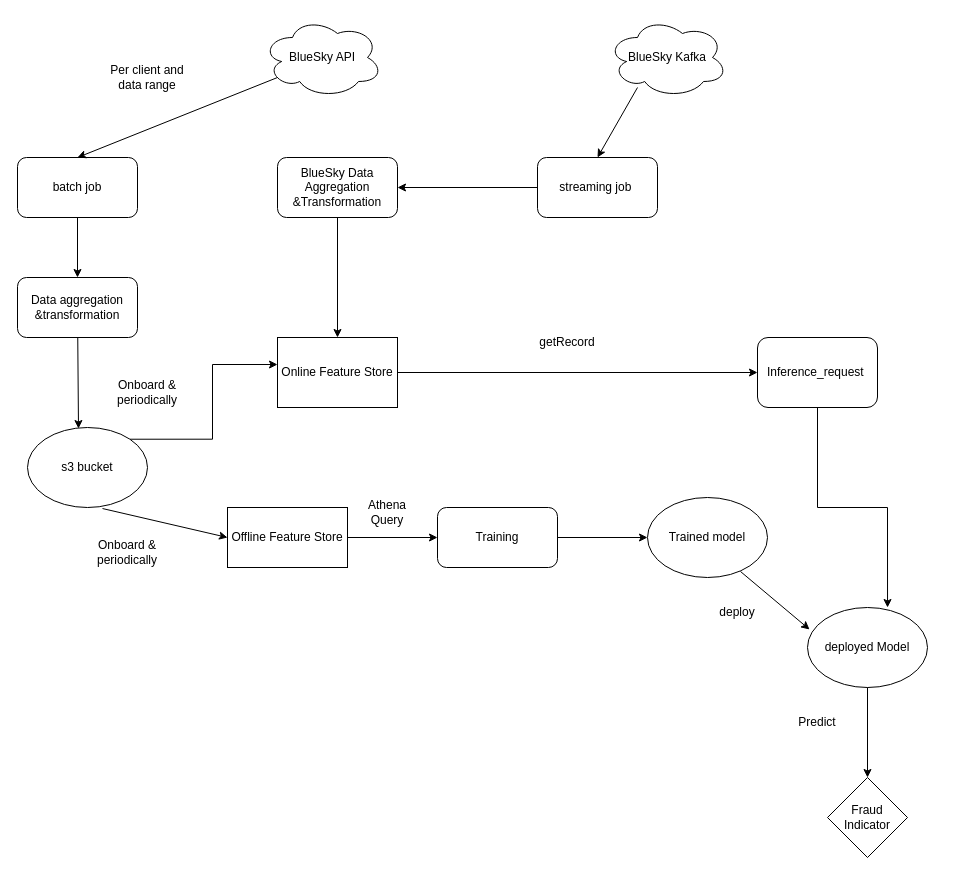
Before: featurestore/featurestore.drawio in yimingli92/clouddigrams, a draw.io diagram. Source tidied: cells renumbered, new cells numbered last; positions are measured from the earlier drawing's top-left corner, leaving out a move shared by most shapes. Both pictures are drawn from the tidied source at 100%, with x=0, y=0 at pixel (17, 17).
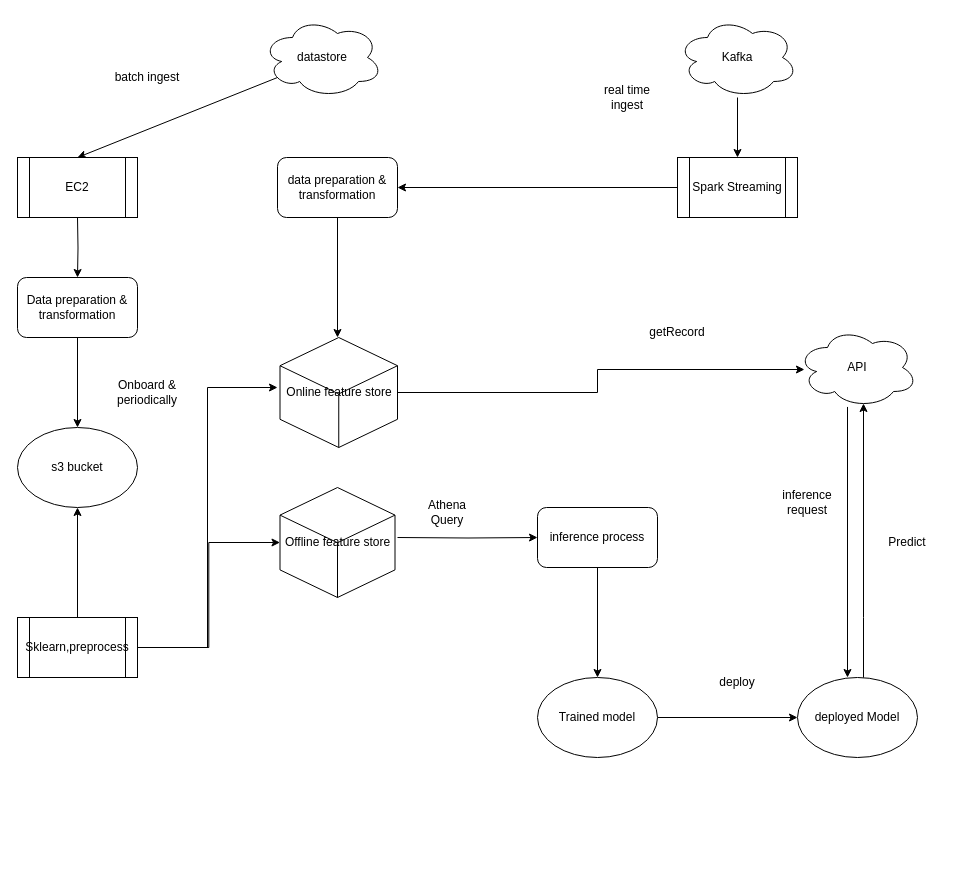
After the change.

What changed in the source:
```diff
@@
-    <mxCell id="2" style="edgeStyle=orthogonalEdgeStyle;rounded=0;jettySize=auto;html=1;exitX=1;exitY=0;exitDx=0;exitDy=0;entryX=0;entryY=0.386;entryDx=0;entryDy=0;entryPerimeter=0;" parent="1" edge="1" source="3" target="5">
-      <mxGeometry relative="1" as="geometry" />
-    </mxCell>
     <mxCell id="3" value="s3 bucket" style="ellipse;whiteSpace=wrap;html=1;" parent="1" vertex="1">
-      <mxGeometry x="10" y="410" width="120" height="80" as="geometry" />
+      <mxGeometry y="410" width="120" height="80" as="geometry" />
     </mxCell>
-    <mxCell id="4" style="edgeStyle=orthogonalEdgeStyle;rounded=0;jettySize=auto;html=1;entryX=0;entryY=0.5;entryDx=0;entryDy=0;" parent="1" edge="1" source="5" target="10">
-      <mxGeometry relative="1" as="geometry" />
-    </mxCell>
-    <mxCell id="5" value="Online Feature Store" style="rounded=0;whiteSpace=wrap;html=1;" parent="1" vertex="1">
-      <mxGeometry x="260" y="320" width="120" height="70" as="geometry" />
-    </mxCell>
-    <mxCell id="6" style="edgeStyle=orthogonalEdgeStyle;rounded=0;jettySize=auto;html=1;" parent="1" edge="1" source="7" target="13">
-      <mxGeometry relative="1" as="geometry" />
+    <mxCell id="6" style="edgeStyle=orthogonalEdgeStyle;rounded=0;jettySize=auto;html=1;" parent="1" edge="1" target="13">
+      <mxGeometry relative="1" as="geometry">
+        <mxPoint x="380" y="520" as="sourcePoint" />
+      </mxGeometry>
     </mxCell>
-    <mxCell id="7" value="Offline Feature Store" style="rounded=0;whiteSpace=wrap;html=1;" parent="1" vertex="1">
-      <mxGeometry x="210" y="490" width="120" height="60" as="geometry" />
-    </mxCell>
-    <mxCell id="8" style="endArrow=classic;html=1;rounded=0;exitX=0.625;exitY=1.013;exitDx=0;exitDy=0;exitPerimeter=0;entryX=0;entryY=0.5;entryDx=0;entryDy=0;" parent="1" edge="1" source="3" target="7">
-      <mxGeometry relative="1" as="geometry" />
-    </mxCell>
-    <mxCell id="9" style="edgeStyle=orthogonalEdgeStyle;rounded=0;jettySize=auto;html=1;entryX=0.667;entryY=0;entryDx=0;entryDy=0;entryPerimeter=0;" parent="1" edge="1" source="10" target="17">
-      <mxGeometry relative="1" as="geometry" />
-    </mxCell>
-    <mxCell id="10" value="Inference_request&amp;nbsp;" style="rounded=1;whiteSpace=wrap;html=1;" parent="1" vertex="1">
-      <mxGeometry x="740" y="320" width="120" height="70" as="geometry" />
-    </mxCell>
     <mxCell id="11" value="Athena Query" style="text;html=1;strokeColor=none;fillColor=none;align=center;verticalAlign=middle;whiteSpace=wrap;rounded=0;" parent="1" vertex="1">
-      <mxGeometry x="340" y="480" width="60" height="30" as="geometry" />
+      <mxGeometry x="400" y="480" width="60" height="30" as="geometry" />
     </mxCell>
@@
-    <mxCell id="13" value="Training" style="rounded=1;whiteSpace=wrap;html=1;" parent="1" vertex="1">
-      <mxGeometry x="420" y="490" width="120" height="60" as="geometry" />
+    <mxCell id="13" value="inference process" style="rounded=1;whiteSpace=wrap;html=1;" parent="1" vertex="1">
+      <mxGeometry x="520" y="490" width="120" height="60" as="geometry" />
     </mxCell>
+    <mxCell id="15" style="edgeStyle=orthogonalEdgeStyle;rounded=0;jettySize=auto;html=1;entryX=0;entryY=0.5;entryDx=0;entryDy=0;" parent="1" edge="1" source="14" target="17">
+      <mxGeometry relative="1" as="geometry" />
+    </mxCell>
     <mxCell id="14" value="Trained model" style="ellipse;whiteSpace=wrap;html=1;" parent="1" vertex="1">
-      <mxGeometry x="630" y="480" width="120" height="80" as="geometry" />
+      <mxGeometry x="520" y="660" width="120" height="80" as="geometry" />
     </mxCell>
-    <mxCell id="15" style="endArrow=classic;html=1;rounded=0;entryX=0.017;entryY=0.275;entryDx=0;entryDy=0;exitX=0.775;exitY=0.925;exitDx=0;exitDy=0;exitPerimeter=0;entryPerimeter=0;" parent="1" edge="1" source="14" target="17">
-      <mxGeometry relative="1" as="geometry" />
-    </mxCell>
     <mxCell id="16" value="deploy" style="text;html=1;strokeColor=none;fillColor=none;align=center;verticalAlign=middle;whiteSpace=wrap;rounded=0;" parent="1" vertex="1">
-      <mxGeometry x="690" y="580" width="60" height="30" as="geometry" />
+      <mxGeometry x="690" y="650" width="60" height="30" as="geometry" />
     </mxCell>
+    <mxCell id="37" style="edgeStyle=orthogonalEdgeStyle;rounded=0;jettySize=auto;html=1;entryX=0.55;entryY=0.95;entryDx=0;entryDy=0;entryPerimeter=0;" parent="1" edge="1" source="17" target="40">
+      <mxGeometry relative="1" as="geometry">
+        <Array as="points">
+          <mxPoint x="846" y="600" />
+          <mxPoint x="846" y="600" />
+        </Array>
+      </mxGeometry>
+    </mxCell>
     <mxCell id="17" value="deployed Model" style="ellipse;whiteSpace=wrap;html=1;" parent="1" vertex="1">
-      <mxGeometry x="790" y="590" width="120" height="80" as="geometry" />
+      <mxGeometry x="780" y="660" width="120" height="80" as="geometry" />
     </mxCell>
-    <mxCell id="18" value="Fraud Indicator" style="rhombus;whiteSpace=wrap;html=1;" parent="1" vertex="1">
-      <mxGeometry x="810" y="760" width="80" height="80" as="geometry" />
-    </mxCell>
-    <mxCell id="19" style="endArrow=classic;html=1;rounded=0;" parent="1" edge="1" target="18">
-      <mxGeometry relative="1" as="geometry">
-        <mxPoint x="850" y="670" as="sourcePoint" />
-      </mxGeometry>
-    </mxCell>
     <mxCell id="20" value="Predict" style="text;html=1;strokeColor=none;fillColor=none;align=center;verticalAlign=middle;whiteSpace=wrap;rounded=0;" parent="1" vertex="1">
-      <mxGeometry x="770" y="690" width="60" height="30" as="geometry" />
+      <mxGeometry x="860" y="510" width="60" height="30" as="geometry" />
     </mxCell>
+    <mxCell id="38" style="edgeStyle=orthogonalEdgeStyle;rounded=0;jettySize=auto;html=1;" parent="1" edge="1" source="21" target="43">
+      <mxGeometry relative="1" as="geometry" />
+    </mxCell>
-    <mxCell id="21" value="BlueSky Kafka" style="ellipse;shape=cloud;whiteSpace=wrap;html=1;" parent="1" vertex="1">
-      <mxGeometry x="590" width="120" height="80" as="geometry" />
+    <mxCell id="21" value="Kafka" style="ellipse;shape=cloud;whiteSpace=wrap;html=1;" parent="1" vertex="1">
+      <mxGeometry x="660" width="120" height="80" as="geometry" />
     </mxCell>
-    <mxCell id="22" style="edgeStyle=orthogonalEdgeStyle;rounded=0;jettySize=auto;html=1;" parent="1" edge="1" source="23" target="25">
-      <mxGeometry relative="1" as="geometry" />
-    </mxCell>
-    <mxCell id="23" value="streaming job&amp;nbsp;" style="rounded=1;whiteSpace=wrap;html=1;" parent="1" vertex="1">
-      <mxGeometry x="520" y="140" width="120" height="60" as="geometry" />
-    </mxCell>
-    <mxCell id="24" style="endArrow=classic;html=1;rounded=0;entryX=0.5;entryY=0;entryDx=0;entryDy=0;exitX=0.25;exitY=0.875;exitDx=0;exitDy=0;exitPerimeter=0;" parent="1" edge="1" source="21" target="23">
-      <mxGeometry relative="1" as="geometry" />
-    </mxCell>
-    <mxCell id="25" value="BlueSky Data Aggregation &amp;amp;Transformation" style="rounded=1;whiteSpace=wrap;html=1;" parent="1" vertex="1">
+    <mxCell id="25" value="data preparation &amp;amp; transformation" style="rounded=1;whiteSpace=wrap;html=1;" parent="1" vertex="1">
       <mxGeometry x="260" y="140" width="120" height="60" as="geometry" />
     </mxCell>
-    <mxCell id="26" style="endArrow=classic;html=1;rounded=0;entryX=0.5;entryY=0;entryDx=0;entryDy=0;exitX=0.5;exitY=1;exitDx=0;exitDy=0;" parent="1" edge="1" source="25" target="5">
-      <mxGeometry relative="1" as="geometry" />
+    <mxCell id="26" style="endArrow=classic;html=1;rounded=0;entryX=0.5;entryY=0;entryDx=0;entryDy=0;exitX=0.5;exitY=1;exitDx=0;exitDy=0;" parent="1" edge="1" source="25">
+      <mxGeometry relative="1" as="geometry">
+        <mxPoint x="320" y="320" as="targetPoint" />
+      </mxGeometry>
     </mxCell>
-    <mxCell id="27" style="edgeStyle=orthogonalEdgeStyle;rounded=0;jettySize=auto;html=1;exitX=0.5;exitY=1;exitDx=0;exitDy=0;entryX=0.5;entryY=0;entryDx=0;entryDy=0;" parent="1" edge="1" source="28" target="35">
-      <mxGeometry relative="1" as="geometry" />
+    <mxCell id="27" style="edgeStyle=orthogonalEdgeStyle;rounded=0;jettySize=auto;html=1;exitX=0.5;exitY=1;exitDx=0;exitDy=0;entryX=0.5;entryY=0;entryDx=0;entryDy=0;" parent="1" edge="1" target="35">
+      <mxGeometry relative="1" as="geometry">
+        <mxPoint x="60" y="200" as="sourcePoint" />
+      </mxGeometry>
     </mxCell>
-    <mxCell id="28" value="batch job" style="rounded=1;whiteSpace=wrap;html=1;" parent="1" vertex="1">
-      <mxGeometry y="140" width="120" height="60" as="geometry" />
-    </mxCell>
-    <mxCell id="29" value="BlueSky API" style="ellipse;shape=cloud;whiteSpace=wrap;html=1;" parent="1" vertex="1">
+    <mxCell id="29" value="datastore" style="ellipse;shape=cloud;whiteSpace=wrap;html=1;" parent="1" vertex="1">
       <mxGeometry x="245" width="120" height="80" as="geometry" />
     </mxCell>
-    <mxCell id="30" style="endArrow=classic;html=1;rounded=0;entryX=0.425;entryY=0.013;entryDx=0;entryDy=0;entryPerimeter=0;startArrow=none;" parent="1" edge="1" source="35" target="3">
-      <mxGeometry relative="1" as="geometry" />
-    </mxCell>
-    <mxCell id="31" style="endArrow=classic;html=1;rounded=0;entryX=0.5;entryY=0;entryDx=0;entryDy=0;" parent="1" edge="1" target="28">
+    <mxCell id="31" style="endArrow=classic;html=1;rounded=0;entryX=0.5;entryY=0;entryDx=0;entryDy=0;" parent="1" edge="1">
       <mxGeometry relative="1" as="geometry">
         <mxPoint x="260" y="60" as="sourcePoint" />
+        <mxPoint x="60" y="140" as="targetPoint" />
       </mxGeometry>
     </mxCell>
     <mxCell id="32" value="getRecord" style="text;html=1;strokeColor=none;fillColor=none;align=center;verticalAlign=middle;whiteSpace=wrap;rounded=0;" parent="1" vertex="1">
-      <mxGeometry x="520" y="310" width="60" height="30" as="geometry" />
+      <mxGeometry x="630" y="300" width="60" height="30" as="geometry" />
     </mxCell>
@@
-    <mxCell id="34" value="Onboard &amp;amp; periodically" style="text;html=1;strokeColor=none;fillColor=none;align=center;verticalAlign=middle;whiteSpace=wrap;rounded=0;" parent="1" vertex="1">
-      <mxGeometry x="80" y="520" width="60" height="30" as="geometry" />
-    </mxCell>
+    <mxCell id="30" style="edgeStyle=orthogonalEdgeStyle;rounded=0;jettySize=auto;html=1;" parent="1" edge="1" source="35" target="3">
+      <mxGeometry relative="1" as="geometry" />
+    </mxCell>
-    <mxCell id="35" value="Data aggregation &amp;amp;transformation" style="rounded=1;whiteSpace=wrap;html=1;" parent="1" vertex="1">
+    <mxCell id="35" value="Data preparation &amp;amp; transformation" style="rounded=1;whiteSpace=wrap;html=1;" parent="1" vertex="1">
       <mxGeometry y="260" width="120" height="60" as="geometry" />
     </mxCell>
-    <mxCell id="36" value="Per client and data range" style="text;html=1;strokeColor=none;fillColor=none;align=center;verticalAlign=middle;whiteSpace=wrap;rounded=0;" parent="1" vertex="1">
+    <mxCell id="36" value="batch ingest" style="text;html=1;strokeColor=none;fillColor=none;align=center;verticalAlign=middle;whiteSpace=wrap;rounded=0;" parent="1" vertex="1">
       <mxGeometry x="85" y="40" width="90" height="40" as="geometry" />
     </mxCell>
+    <mxCell id="39" style="edgeStyle=orthogonalEdgeStyle;rounded=0;jettySize=auto;html=1;" parent="1" edge="1" source="40">
+      <mxGeometry relative="1" as="geometry">
+        <mxPoint x="830" y="660" as="targetPoint" />
+        <Array as="points">
+          <mxPoint x="830" y="660" />
+        </Array>
+      </mxGeometry>
+    </mxCell>
+    <mxCell id="40" value="API" style="ellipse;shape=cloud;whiteSpace=wrap;html=1;" parent="1" vertex="1">
+      <mxGeometry x="780" y="310" width="120" height="80" as="geometry" />
+    </mxCell>
+    <mxCell id="41" value="inference request" style="text;html=1;strokeColor=none;fillColor=none;align=center;verticalAlign=middle;whiteSpace=wrap;rounded=0;" parent="1" vertex="1">
+      <mxGeometry x="760" y="470" width="60" height="30" as="geometry" />
+    </mxCell>
+    <mxCell id="42" style="edgeStyle=orthogonalEdgeStyle;rounded=0;jettySize=auto;html=1;" parent="1" edge="1" source="43" target="25">
+      <mxGeometry relative="1" as="geometry" />
+    </mxCell>
+    <mxCell id="43" value="Spark Streaming" style="shape=process;whiteSpace=wrap;html=1;backgroundOutline=1;" parent="1" vertex="1">
+      <mxGeometry x="660" y="140" width="120" height="60" as="geometry" />
+    </mxCell>
+    <mxCell id="44" value="real time ingest" style="text;html=1;strokeColor=none;fillColor=none;align=center;verticalAlign=middle;whiteSpace=wrap;rounded=0;" parent="1" vertex="1">
+      <mxGeometry x="580" y="60" width="60" height="40" as="geometry" />
+    </mxCell>
+    <mxCell id="45" value="EC2" style="shape=process;whiteSpace=wrap;html=1;backgroundOutline=1;" parent="1" vertex="1">
+      <mxGeometry y="140" width="120" height="60" as="geometry" />
+    </mxCell>
+    <mxCell id="46" style="edgeStyle=orthogonalEdgeStyle;rounded=0;jettySize=auto;html=1;" parent="1" edge="1" source="49" target="3">
+      <mxGeometry relative="1" as="geometry" />
+    </mxCell>
+    <mxCell id="47" style="edgeStyle=orthogonalEdgeStyle;rounded=0;jettySize=auto;html=1;" parent="1" edge="1" source="49">
+      <mxGeometry relative="1" as="geometry">
+        <mxPoint x="260" y="370" as="targetPoint" />
+        <Array as="points">
+          <mxPoint x="190" y="630" />
+          <mxPoint x="190" y="370" />
+        </Array>
+      </mxGeometry>
+    </mxCell>
+    <mxCell id="48" style="edgeStyle=orthogonalEdgeStyle;rounded=0;jettySize=auto;html=1;entryX=0;entryY=0.5;entryDx=0;entryDy=0;entryPerimeter=0;" parent="1" edge="1" source="49" target="50">
+      <mxGeometry relative="1" as="geometry" />
+    </mxCell>
+    <mxCell id="49" value="Sklearn,preprocess" style="shape=process;whiteSpace=wrap;html=1;backgroundOutline=1;" parent="1" vertex="1">
+      <mxGeometry y="600" width="120" height="60" as="geometry" />
+    </mxCell>
+    <mxCell id="50" value="Offline feature store" style="html=1;whiteSpace=wrap;shape=isoCube2;backgroundOutline=1;isoAngle=15;" parent="1" vertex="1">
+      <mxGeometry x="262.5" y="470" width="115" height="110" as="geometry" />
+    </mxCell>
+    <mxCell id="51" style="edgeStyle=orthogonalEdgeStyle;rounded=0;jettySize=auto;html=1;entryX=0.058;entryY=0.525;entryDx=0;entryDy=0;entryPerimeter=0;" parent="1" edge="1" source="52" target="40">
+      <mxGeometry relative="1" as="geometry" />
+    </mxCell>
+    <mxCell id="52" value="Online feature store" style="html=1;whiteSpace=wrap;shape=isoCube2;backgroundOutline=1;isoAngle=15;" parent="1" vertex="1">
+      <mxGeometry x="262.5" y="320" width="117.5" height="110" as="geometry" />
+    </mxCell>
```
